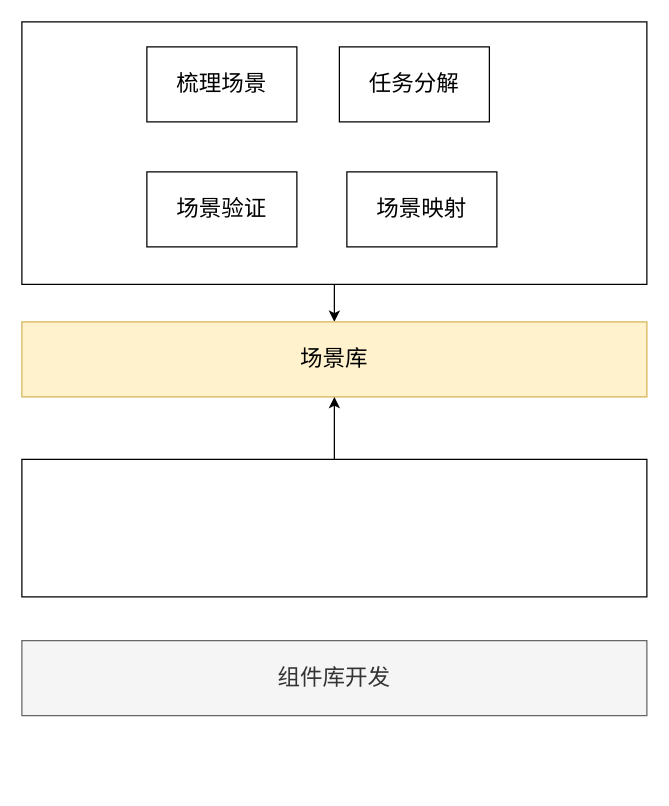
The draw.io diagram 框架.drawio in muli-bit/Test, before the edit. Source tidied: cells renumbered, new cells numbered last; positions are measured from the earlier drawing's top-left corner, leaving out a move shared by most shapes. Both pictures are drawn from the tidied source at 125%, with x=0, y=0 at pixel (21, 21).
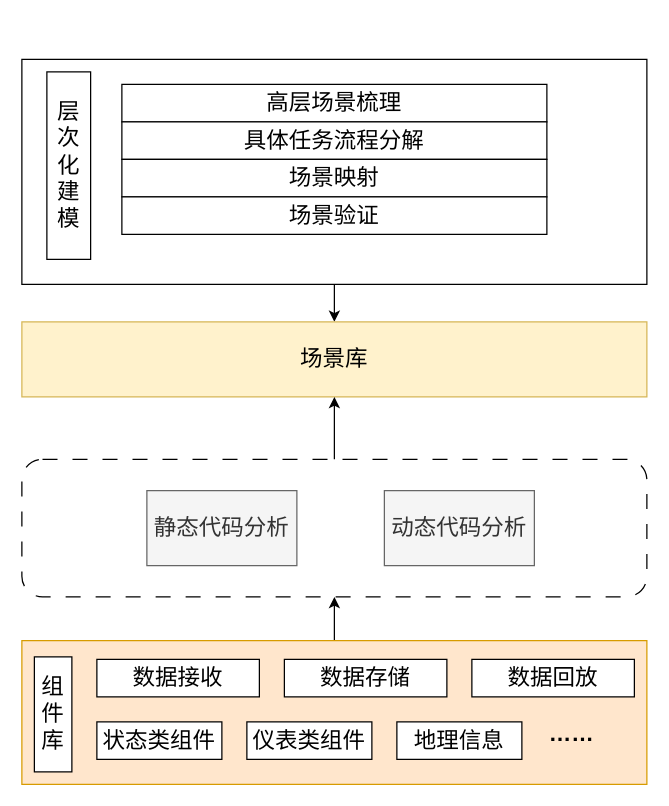
After the change.

Change to the diagram source:
```diff
@@
-    <mxCell id="3" style="rounded=0;whiteSpace=wrap;html=1;fillColor=none;" parent="1" vertex="1">
-      <mxGeometry width="500" height="210" as="geometry" />
+    <mxCell id="3" style="rounded=0;whiteSpace=wrap;html=1;strokeColor=default;" parent="1" vertex="1">
+      <mxGeometry y="30" width="500" height="180" as="geometry" />
     </mxCell>
@@
-    <mxCell id="5" value="&lt;font style=&quot;font-size: 18px;&quot;&gt;梳理场景&lt;/font&gt;" style="rounded=0;whiteSpace=wrap;html=1;" parent="1" vertex="1">
-      <mxGeometry x="100" y="20" width="120" height="60" as="geometry" />
+    <mxCell id="5" value="&lt;font style=&quot;font-size: 18px;&quot;&gt;高层场景梳理&lt;/font&gt;" style="rounded=0;whiteSpace=wrap;html=1;" parent="1" vertex="1">
+      <mxGeometry x="80" y="50" width="340" height="30" as="geometry" />
     </mxCell>
-    <mxCell id="6" value="&lt;font style=&quot;font-size: 18px;&quot;&gt;任务分解&lt;/font&gt;" style="rounded=0;whiteSpace=wrap;html=1;" parent="1" vertex="1">
-      <mxGeometry x="254" y="20" width="120" height="60" as="geometry" />
-    </mxCell>
@@
-    <mxCell id="8" style="rounded=0;whiteSpace=wrap;html=1;fillColor=none;" parent="1" vertex="1">
+    <mxCell id="8" style="rounded=1;whiteSpace=wrap;html=1;dashed=1;dashPattern=12 12;" parent="1" vertex="1">
       <mxGeometry y="350" width="500" height="110" as="geometry" />
     </mxCell>
+    <mxCell id="12" style="edgeStyle=orthogonalEdgeStyle;rounded=0;jettySize=auto;html=1;exitX=0.5;exitY=0;exitDx=0;exitDy=0;entryX=0.5;entryY=1;entryDx=0;entryDy=0;" parent="1" edge="1" source="11" target="8">
+      <mxGeometry relative="1" as="geometry" />
+    </mxCell>
+    <mxCell id="11" value="&lt;p style=&quot;margin: 0pt 0pt 0.0001pt; text-align: justify; font-family: Calibri; font-size: 10.5pt;&quot; class=&quot;MsoNormal&quot;&gt;&lt;br&gt;&lt;/p&gt;" style="rounded=0;whiteSpace=wrap;html=1;fillColor=#ffe6cc;strokeColor=#d79b00;" parent="1" vertex="1">
+      <mxGeometry y="495" width="500" height="115" as="geometry" />
+    </mxCell>
+    <mxCell id="13" value="&lt;span style=&quot;font-size: 18px;&quot;&gt;静态代码分析&lt;/span&gt;" style="rounded=0;whiteSpace=wrap;html=1;fillColor=#f5f5f5;fontColor=#333333;strokeColor=#666666;" parent="1" vertex="1">
+      <mxGeometry x="100" y="375" width="120" height="60" as="geometry" />
+    </mxCell>
+    <mxCell id="14" value="&lt;span style=&quot;font-size: 18px;&quot;&gt;动态代码分析&lt;/span&gt;" style="rounded=0;whiteSpace=wrap;html=1;fillColor=#f5f5f5;fontColor=#333333;strokeColor=#666666;" parent="1" vertex="1">
+      <mxGeometry x="290" y="375" width="120" height="60" as="geometry" />
+    </mxCell>
+    <mxCell id="15" value="&lt;span style=&quot;font-size: 18px;&quot;&gt;层次化建模&lt;/span&gt;" style="rounded=0;whiteSpace=wrap;html=1;" parent="1" vertex="1">
+      <mxGeometry x="20" y="40" width="35" height="150" as="geometry" />
+    </mxCell>
+    <mxCell id="16" value="&lt;span style=&quot;font-size: 18px;&quot;&gt;组件库&lt;/span&gt;" style="rounded=0;whiteSpace=wrap;html=1;" parent="1" vertex="1">
+      <mxGeometry x="10" y="508" width="30" height="92" as="geometry" />
+    </mxCell>
+    <mxCell id="17" value="&lt;span style=&quot;font-size: 18px;&quot;&gt;数据接收&lt;/span&gt;" style="rounded=0;whiteSpace=wrap;html=1;" parent="1" vertex="1">
+      <mxGeometry x="60" y="510" width="130" height="30" as="geometry" />
+    </mxCell>
+    <mxCell id="18" value="&lt;span style=&quot;font-size: 18px;&quot;&gt;状态类组件&lt;/span&gt;" style="rounded=0;whiteSpace=wrap;html=1;" parent="1" vertex="1">
+      <mxGeometry x="60" y="560" width="100" height="30" as="geometry" />
+    </mxCell>
+    <mxCell id="19" value="&lt;span style=&quot;font-size: 18px;&quot;&gt;数据存储&lt;/span&gt;" style="rounded=0;whiteSpace=wrap;html=1;" parent="1" vertex="1">
+      <mxGeometry x="210" y="510" width="130" height="30" as="geometry" />
+    </mxCell>
+    <mxCell id="20" value="&lt;span style=&quot;font-size: 18px;&quot;&gt;数据回放&lt;/span&gt;" style="rounded=0;whiteSpace=wrap;html=1;" parent="1" vertex="1">
+      <mxGeometry x="360" y="510" width="130" height="30" as="geometry" />
+    </mxCell>
+    <mxCell id="21" value="&lt;span style=&quot;font-size: 18px;&quot;&gt;仪表类组件&lt;/span&gt;" style="rounded=0;whiteSpace=wrap;html=1;" parent="1" vertex="1">
+      <mxGeometry x="180" y="560" width="100" height="30" as="geometry" />
+    </mxCell>
+    <mxCell id="22" value="&lt;span style=&quot;font-size: 18px;&quot;&gt;地理信息&lt;/span&gt;" style="rounded=0;whiteSpace=wrap;html=1;" parent="1" vertex="1">
+      <mxGeometry x="300" y="560" width="100" height="30" as="geometry" />
+    </mxCell>
+    <mxCell id="23" value="&lt;font style=&quot;font-size: 18px;&quot;&gt;&lt;b style=&quot;&quot;&gt;……&lt;/b&gt;&lt;/font&gt;" style="rounded=0;whiteSpace=wrap;html=1;fillColor=none;strokeColor=none;" parent="1" vertex="1">
+      <mxGeometry x="380" y="540" width="120" height="60" as="geometry" />
+    </mxCell>
+    <mxCell id="24" value="&lt;span style=&quot;font-size: 18px;&quot;&gt;具体任务流程分解&lt;/span&gt;" style="rounded=0;whiteSpace=wrap;html=1;" parent="1" vertex="1">
+      <mxGeometry x="80" y="80" width="340" height="30" as="geometry" />
+    </mxCell>
+    <mxCell id="10" value="&lt;span style=&quot;font-size: 18px;&quot;&gt;场景映射&lt;/span&gt;" style="rounded=0;whiteSpace=wrap;html=1;" parent="1" vertex="1">
+      <mxGeometry x="80" y="110" width="340" height="30" as="geometry" />
+    </mxCell>
     <mxCell id="9" value="&lt;span style=&quot;font-size: 18px;&quot;&gt;场景验证&lt;/span&gt;" style="rounded=0;whiteSpace=wrap;html=1;" parent="1" vertex="1">
-      <mxGeometry x="100" y="120" width="120" height="60" as="geometry" />
+      <mxGeometry x="80" y="140" width="340" height="30" as="geometry" />
     </mxCell>
-    <mxCell id="10" value="&lt;span style=&quot;font-size: 18px;&quot;&gt;场景映射&lt;/span&gt;" style="rounded=0;whiteSpace=wrap;html=1;" parent="1" vertex="1">
-      <mxGeometry x="260" y="120" width="120" height="60" as="geometry" />
-    </mxCell>
-    <mxCell id="11" value="&lt;span style=&quot;font-size: 18px;&quot;&gt;组件库开发&lt;/span&gt;" style="rounded=0;whiteSpace=wrap;html=1;fillColor=#f5f5f5;strokeColor=#666666;fontColor=#333333;" parent="1" vertex="1">
-      <mxGeometry y="495" width="500" height="60" as="geometry" />
-    </mxCell>
```
